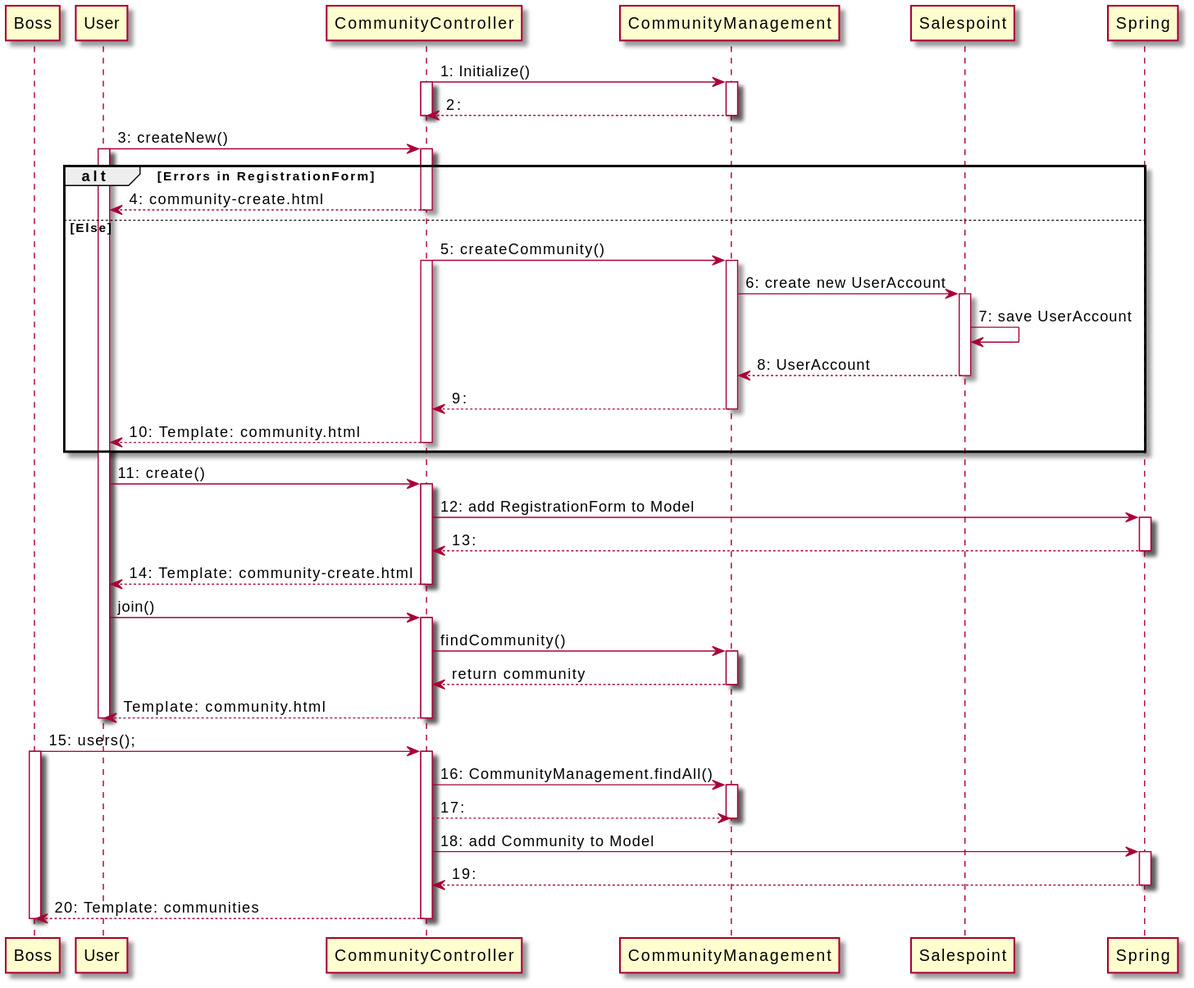
The PlantUML diagram src/main/asciidoc/diagrams/developer_docu/seq_community.svg in mezh450d/Software-Technology, before a commit.
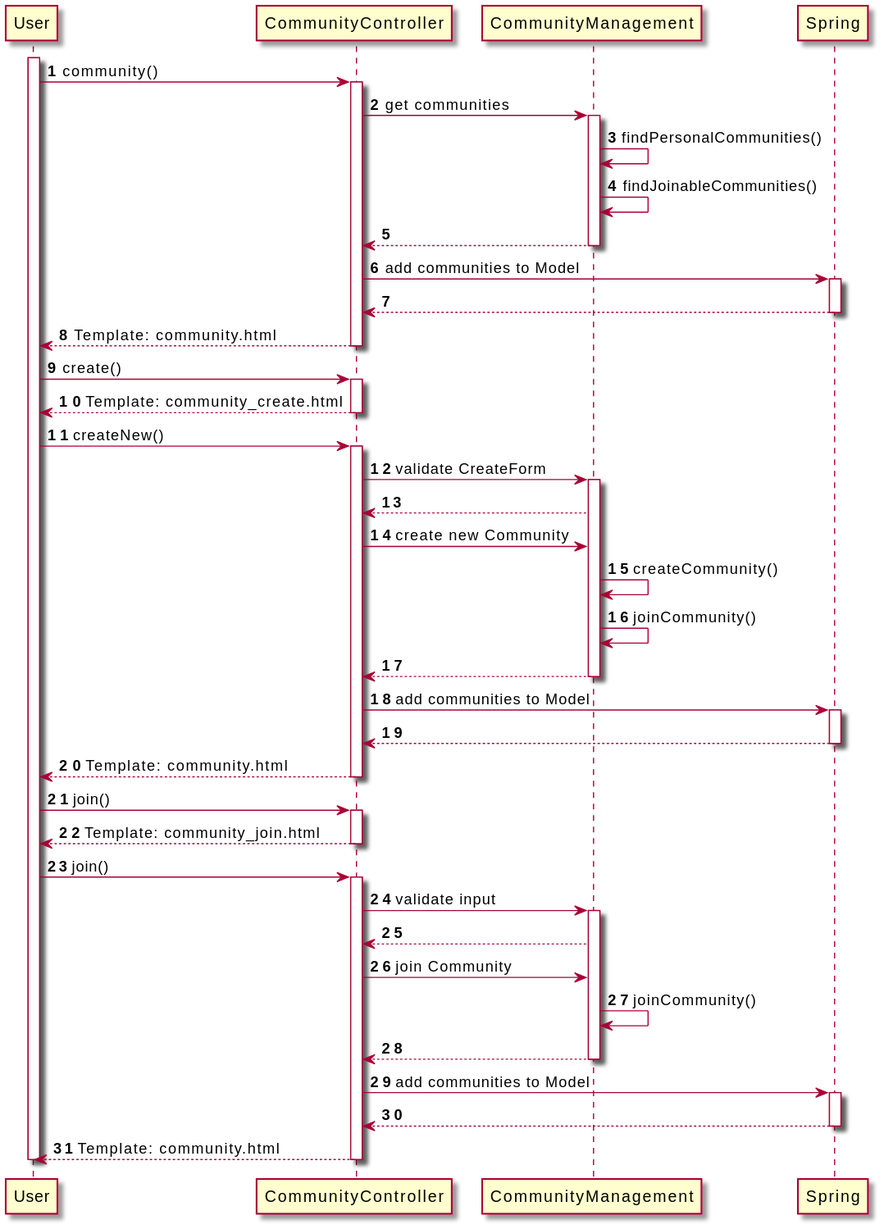
The same file after the commit.

The edit, as a diff of the source:
```diff
@@ -1,70 +1,85 @@
 @startuml
-participant Boss order 1
-participant User order 2
-participant CommunityController order 3
-participant CommunityManagement order 4
-participant Salespoint order 5
-participant Spring order 6
+participant User order 1
+participant CommunityController order 2
+participant CommunityManagement order 3
+participant Spring order 4
 
-CommunityController -> CommunityManagement : 1: Initialize()
+autonumber
+
+activate User
+
+User -> CommunityController : community()
 activate CommunityController
+
+CommunityController -> CommunityManagement : get communities
 activate CommunityManagement
-CommunityController <-- CommunityManagement : 2:
+CommunityManagement -> CommunityManagement : findPersonalCommunities()
+CommunityManagement -> CommunityManagement : findJoinableCommunities()
+CommunityManagement --> CommunityController
 deactivate CommunityManagement
+
+CommunityController -> Spring: add communities to Model
+activate Spring
+Spring --> CommunityController
+deactivate Spring
+
+CommunityController --> User: Template: community.html
 deactivate CommunityController
 
-User -> CommunityController : 3: createNew()
-activate User
-alt Errors in RegistrationForm
-    activate CommunityController
-    User <-- CommunityController : 4: community-community_create.html
-    deactivate CommunityController
-else Else
-    CommunityController -> CommunityManagement : 5: createCommunity()
-    activate CommunityController
-    activate CommunityManagement
-    CommunityManagement -> Salespoint : 6: create new UserAccount
-    activate Salespoint
-    Salespoint -> Salespoint : 7: save UserAccount
-    CommunityManagement <-- Salespoint : 8: UserAccount
-    deactivate Salespoint
-    CommunityController <-- CommunityManagement : 9:
-    deactivate CommunityManagement
-    User <-- CommunityController : 10: Template: community.html
-    deactivate CommunityController
-end
-User -> CommunityController : 11: create()
+
+
+User -> CommunityController : create()
 activate CommunityController
-CommunityController -> Spring : 12: add RegistrationForm to Model
+CommunityController --> User: Template: community_create.html
+deactivate CommunityController
+
+User -> CommunityController : createNew()
+activate CommunityController
+
+CommunityController -> CommunityManagement: validate CreateForm
+activate CommunityManagement
+CommunityManagement --> CommunityController
+
+CommunityController -> CommunityManagement : create new Community
+CommunityManagement -> CommunityManagement : createCommunity()
+CommunityManagement -> CommunityManagement : joinCommunity()
+CommunityManagement --> CommunityController
+deactivate CommunityManagement
+
+CommunityController -> Spring: add communities to Model
 activate Spring
-CommunityController <-- Spring : 13:
+Spring --> CommunityController
 deactivate Spring
-User <-- CommunityController : 14: Template: community-community_create.html
+
+CommunityController --> User: Template: community.html
+deactivate CommunityController
+
+
+
+User -> CommunityController : join()
+activate CommunityController
+CommunityController --> User: Template: community_join.html
 deactivate CommunityController
 
 User -> CommunityController : join()
 activate CommunityController
-CommunityController -> CommunityManagement : findCommunity()
+
+CommunityController -> CommunityManagement: validate input
 activate CommunityManagement
-CommunityController <-- CommunityManagement : return community
+CommunityManagement --> CommunityController
+
+CommunityController -> CommunityManagement : join Community
+CommunityManagement -> CommunityManagement : joinCommunity()
+CommunityManagement --> CommunityController
 deactivate CommunityManagement
-User <-- CommunityController : Template: community.html
+
+CommunityController -> Spring: add communities to Model
+activate Spring
+Spring --> CommunityController
+deactivate Spring
+
+CommunityController --> User: Template: community.html
 deactivate CommunityController
 
 deactivate User
-
-Boss -> CommunityController : 15: users();
-activate Boss
-activate CommunityController
-CommunityController -> CommunityManagement : 16: CommunityManagement.findAll()
-activate CommunityManagement
-CommunityManagement <-- CommunityController : 17:
-deactivate CommunityManagement
-CommunityController -> Spring : 18: add Community to Model
-activate Spring
-CommunityController <-- Spring : 19:
-deactivate Spring
-Boss <-- CommunityController : 20: Template: communities
-deactivate CommunityController
-deactivate Boss
 @enduml
```
